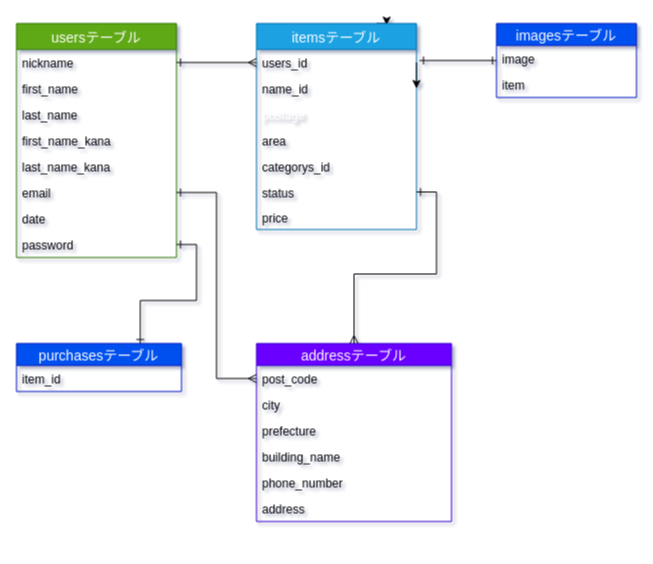
Before: app/memo.dio in tomoyasuito/furima_28795, a draw.io diagram. Source tidied: cells renumbered, new cells numbered last; positions are measured from the earlier drawing's top-left corner, leaving out a move shared by most shapes. Both pictures are drawn from the tidied source at 100%, with x=0, y=0 at pixel (16, 23).
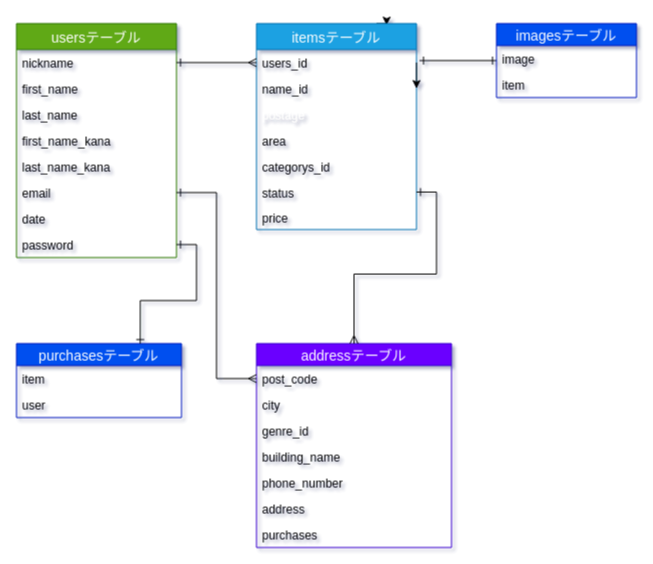
After the change.

The edit, as a diff of the source:
```diff
@@
     <mxCell id="25" value="purchasesテーブル" style="swimlane;fontStyle=0;horizontal=1;startSize=22;align=center;fontSize=14;fillColor=#0050ef;strokeColor=#001DBC;fontColor=#ffffff;" parent="1" vertex="1">
-      <mxGeometry y="320" width="165" height="48" as="geometry" />
+      <mxGeometry y="320" width="165" height="74" as="geometry" />
     </mxCell>
+    <mxCell id="38" value="item" style="text;strokeColor=none;fillColor=none;spacingLeft=4;spacingRight=4;overflow=hidden;fontSize=12;" parent="25" vertex="1">
+      <mxGeometry y="22" width="165" height="26" as="geometry" />
+    </mxCell>
-    <mxCell id="26" value="item_id" style="text;strokeColor=none;fillColor=none;spacingLeft=4;spacingRight=4;overflow=hidden;fontSize=12;" parent="25" vertex="1">
-      <mxGeometry y="22" width="165" height="26" as="geometry" />
+    <mxCell id="26" value="user" style="text;strokeColor=none;fillColor=none;spacingLeft=4;spacingRight=4;overflow=hidden;fontSize=12;" parent="25" vertex="1">
+      <mxGeometry y="48" width="165" height="26" as="geometry" />
     </mxCell>
     <mxCell id="27" value="addressテーブル" style="swimlane;fontStyle=0;horizontal=1;startSize=22;align=center;fontSize=14;fillColor=#6a00ff;strokeColor=#3700CC;fontColor=#ffffff;" parent="1" vertex="1">
-      <mxGeometry x="240" y="320" width="195" height="178" as="geometry" />
+      <mxGeometry x="240" y="320" width="195" height="204" as="geometry" />
     </mxCell>
@@
-    <mxCell id="30" value="prefecture" style="text;strokeColor=none;fillColor=none;spacingLeft=4;spacingRight=4;overflow=hidden;fontSize=12;" parent="27" vertex="1">
+    <mxCell id="30" value="genre_id" style="text;strokeColor=none;fillColor=none;spacingLeft=4;spacingRight=4;overflow=hidden;fontSize=12;" parent="27" vertex="1">
       <mxGeometry y="74" width="195" height="26" as="geometry" />
     </mxCell>
@@
+    <mxCell id="39" value="purchases" style="text;strokeColor=none;fillColor=none;spacingLeft=4;spacingRight=4;overflow=hidden;fontSize=12;" parent="27" vertex="1">
+      <mxGeometry y="178" width="195" height="26" as="geometry" />
+    </mxCell>
```
